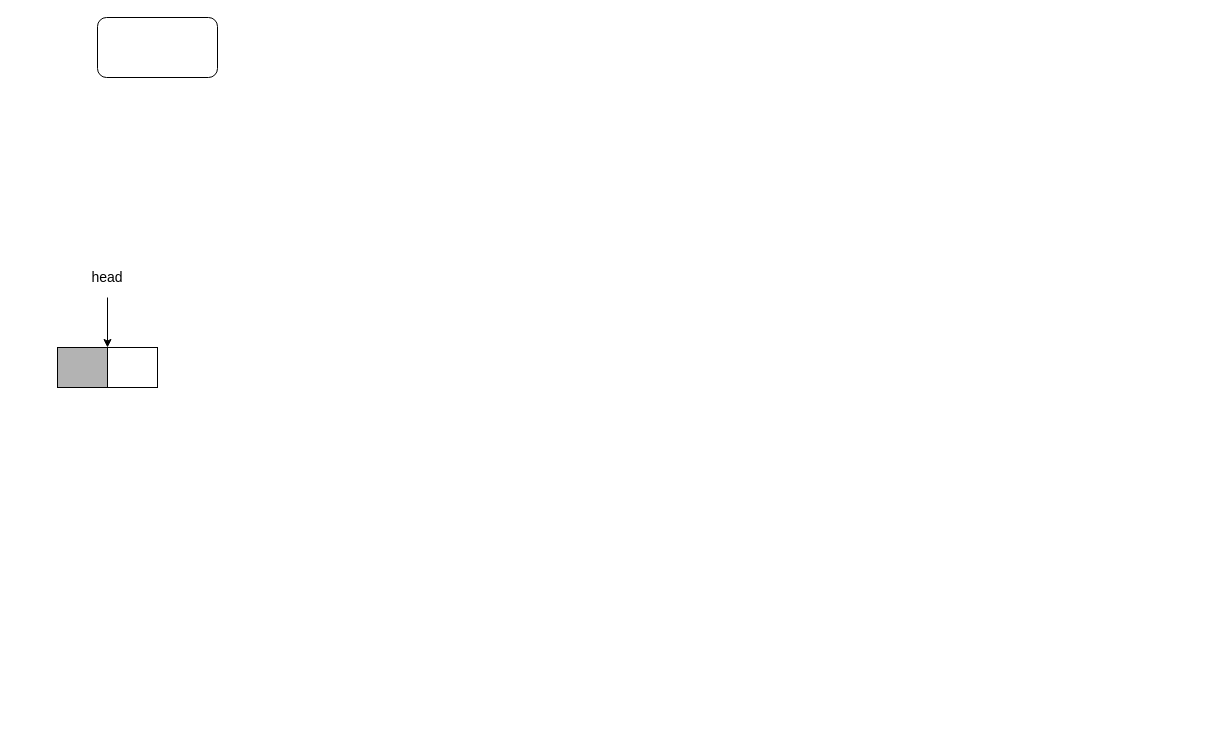
This is shm_queue_lf.drawio from walkerdu/draw_io, a draw.io file, before an edit. Source tidied: cells renumbered, new cells numbered last; positions are measured from the earlier drawing's top-left corner, leaving out a move shared by most shapes. Both pictures are drawn from the tidied source at 100%, with x=0, y=0 at pixel (57, 17).
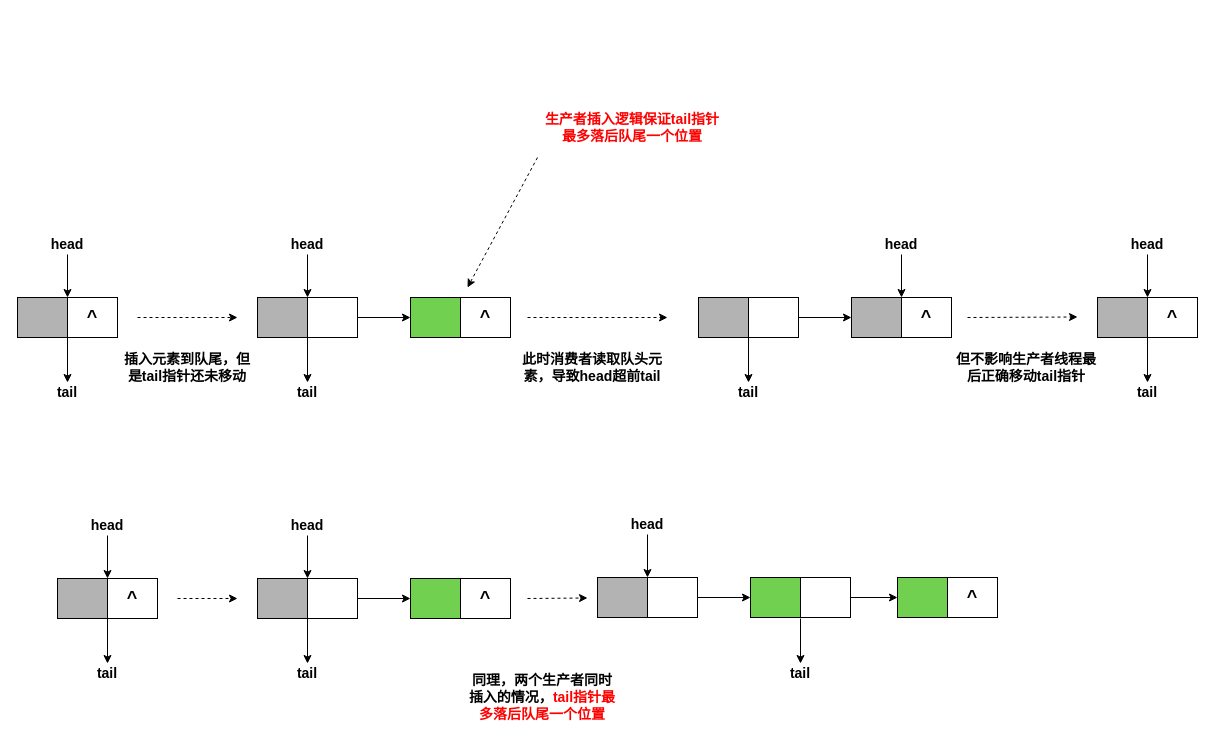
Above is the later version.

The change refers to these unchanged cells:
```xml
<mxCell id="4" style="rounded=0;whiteSpace=wrap;html=1;fillColor=#B3B3B3;" parent="3" vertex="1">
  <mxGeometry width="50" height="40" as="geometry" />
</mxCell>
```

Diff of the diagram source:
```diff
@@
-    <mxCell id="2" style="rounded=1;whiteSpace=wrap;html=1;" parent="1" vertex="1">
-      <mxGeometry x="40" width="120" height="60" as="geometry" />
-    </mxCell>
     <mxCell id="3" style="group;" parent="1" vertex="1">
-      <mxGeometry y="330" width="100" height="40" as="geometry" />
+      <mxGeometry x="-40" y="280" width="100" height="40" as="geometry" />
     </mxCell>
@@
-    <mxCell id="5" style="rounded=0;whiteSpace=wrap;html=1;" parent="3" vertex="1">
+    <mxCell id="5" value="&lt;b&gt;&lt;font style=&quot;font-size: 18px&quot;&gt;^&lt;/font&gt;&lt;/b&gt;" style="rounded=0;whiteSpace=wrap;html=1;" parent="3" vertex="1">
       <mxGeometry x="50" width="50" height="40" as="geometry" />
     </mxCell>
-    <mxCell id="6" style="endArrow=classic;html=1;entryX=0;entryY=0;entryDx=0;entryDy=0;" parent="1" edge="1" target="5">
-      <mxGeometry relative="1" as="geometry">
-        <mxPoint x="50" y="280" as="sourcePoint" />
-      </mxGeometry>
+    <mxCell id="6" style="endArrow=classic;html=1;entryX=0;entryY=0;entryDx=0;entryDy=0;" parent="1" edge="1" source="7" target="5">
+      <mxGeometry relative="1" as="geometry" />
     </mxCell>
-    <mxCell id="7" value="&lt;font style=&quot;font-size: 14px&quot;&gt;head&lt;/font&gt;" style="text;html=1;strokeColor=none;fillColor=none;align=center;verticalAlign=middle;whiteSpace=wrap;rounded=0;" parent="1" vertex="1">
-      <mxGeometry x="30" y="250" width="40" height="20" as="geometry" />
+    <mxCell id="7" value="&lt;font style=&quot;font-size: 14px&quot;&gt;&lt;b&gt;head&lt;/b&gt;&lt;/font&gt;" style="text;html=1;strokeColor=none;fillColor=none;align=center;verticalAlign=middle;whiteSpace=wrap;rounded=0;" parent="1" vertex="1">
+      <mxGeometry x="-10" y="217" width="40" height="20" as="geometry" />
     </mxCell>
+    <mxCell id="8" value="&lt;font style=&quot;font-size: 14px&quot;&gt;&lt;b&gt;tail&lt;/b&gt;&lt;/font&gt;" style="text;html=1;strokeColor=none;fillColor=none;align=center;verticalAlign=middle;whiteSpace=wrap;rounded=0;" parent="1" vertex="1">
+      <mxGeometry x="-10" y="365" width="40" height="20" as="geometry" />
+    </mxCell>
+    <mxCell id="9" style="endArrow=classic;html=1;exitX=1;exitY=1;exitDx=0;exitDy=0;entryX=0.5;entryY=0;entryDx=0;entryDy=0;" parent="1" edge="1" source="4" target="8">
+      <mxGeometry relative="1" as="geometry" />
+    </mxCell>
+    <mxCell id="10" style="group;" parent="1" vertex="1">
+      <mxGeometry x="200" y="280" width="100" height="40" as="geometry" />
+    </mxCell>
+    <mxCell id="11" style="rounded=0;whiteSpace=wrap;html=1;fillColor=#B3B3B3;" parent="10" vertex="1">
+      <mxGeometry width="50" height="40" as="geometry" />
+    </mxCell>
+    <mxCell id="12" style="rounded=0;whiteSpace=wrap;html=1;" parent="10" vertex="1">
+      <mxGeometry x="50" width="50" height="40" as="geometry" />
+    </mxCell>
+    <mxCell id="13" style="endArrow=classic;html=1;entryX=0;entryY=0;entryDx=0;entryDy=0;" parent="1" edge="1" source="14" target="12">
+      <mxGeometry relative="1" as="geometry" />
+    </mxCell>
+    <mxCell id="14" value="&lt;font style=&quot;font-size: 14px&quot;&gt;&lt;b&gt;head&lt;/b&gt;&lt;/font&gt;" style="text;html=1;strokeColor=none;fillColor=none;align=center;verticalAlign=middle;whiteSpace=wrap;rounded=0;" parent="1" vertex="1">
+      <mxGeometry x="230" y="217" width="40" height="20" as="geometry" />
+    </mxCell>
+    <mxCell id="15" value="&lt;font style=&quot;font-size: 14px&quot;&gt;&lt;b&gt;tail&lt;/b&gt;&lt;/font&gt;" style="text;html=1;strokeColor=none;fillColor=none;align=center;verticalAlign=middle;whiteSpace=wrap;rounded=0;" parent="1" vertex="1">
+      <mxGeometry x="230" y="365" width="40" height="20" as="geometry" />
+    </mxCell>
+    <mxCell id="16" style="endArrow=classic;html=1;exitX=1;exitY=1;exitDx=0;exitDy=0;entryX=0.5;entryY=0;entryDx=0;entryDy=0;" parent="1" edge="1" source="11" target="15">
+      <mxGeometry relative="1" as="geometry" />
+    </mxCell>
+    <mxCell id="17" style="endArrow=classic;html=1;entryX=0;entryY=0.5;entryDx=0;entryDy=0;" parent="1" edge="1" source="12" target="19">
+      <mxGeometry relative="1" as="geometry" />
+    </mxCell>
+    <mxCell id="18" style="group;" parent="1" vertex="1">
+      <mxGeometry x="353" y="280" width="100" height="40" as="geometry" />
+    </mxCell>
+    <mxCell id="19" style="rounded=0;whiteSpace=wrap;html=1;fillColor=#71D04F;" parent="18" vertex="1">
+      <mxGeometry width="50" height="40" as="geometry" />
+    </mxCell>
+    <mxCell id="20" value="&lt;b&gt;&lt;font style=&quot;font-size: 18px&quot;&gt;^&lt;/font&gt;&lt;/b&gt;" style="rounded=0;whiteSpace=wrap;html=1;" parent="18" vertex="1">
+      <mxGeometry x="50" width="50" height="40" as="geometry" />
+    </mxCell>
+    <mxCell id="21" style="group;" parent="1" vertex="1">
+      <mxGeometry x="641" y="280" width="100" height="40" as="geometry" />
+    </mxCell>
+    <mxCell id="22" style="rounded=0;whiteSpace=wrap;html=1;fillColor=#B3B3B3;" parent="21" vertex="1">
+      <mxGeometry width="50" height="40" as="geometry" />
+    </mxCell>
+    <mxCell id="23" style="rounded=0;whiteSpace=wrap;html=1;" parent="21" vertex="1">
+      <mxGeometry x="50" width="50" height="40" as="geometry" />
+    </mxCell>
+    <mxCell id="24" style="endArrow=classic;html=1;entryX=1;entryY=0;entryDx=0;entryDy=0;" parent="1" edge="1" source="25" target="30">
+      <mxGeometry relative="1" as="geometry" />
+    </mxCell>
+    <mxCell id="25" value="&lt;font style=&quot;font-size: 14px&quot;&gt;&lt;b&gt;head&lt;/b&gt;&lt;/font&gt;" style="text;html=1;strokeColor=none;fillColor=none;align=center;verticalAlign=middle;whiteSpace=wrap;rounded=0;" parent="1" vertex="1">
+      <mxGeometry x="824" y="217" width="40" height="20" as="geometry" />
+    </mxCell>
+    <mxCell id="26" value="&lt;font style=&quot;font-size: 14px&quot;&gt;&lt;b&gt;tail&lt;/b&gt;&lt;/font&gt;" style="text;html=1;strokeColor=none;fillColor=none;align=center;verticalAlign=middle;whiteSpace=wrap;rounded=0;" parent="1" vertex="1">
+      <mxGeometry x="671" y="365" width="40" height="20" as="geometry" />
+    </mxCell>
+    <mxCell id="27" style="endArrow=classic;html=1;exitX=1;exitY=1;exitDx=0;exitDy=0;entryX=0.5;entryY=0;entryDx=0;entryDy=0;" parent="1" edge="1" source="22" target="26">
+      <mxGeometry relative="1" as="geometry" />
+    </mxCell>
+    <mxCell id="28" style="endArrow=classic;html=1;entryX=0;entryY=0.5;entryDx=0;entryDy=0;" parent="1" edge="1" source="23" target="30">
+      <mxGeometry relative="1" as="geometry" />
+    </mxCell>
+    <mxCell id="29" style="group;" parent="1" vertex="1">
+      <mxGeometry x="794" y="280" width="100" height="40" as="geometry" />
+    </mxCell>
+    <mxCell id="30" style="rounded=0;whiteSpace=wrap;html=1;fillColor=#B3B3B3;" parent="29" vertex="1">
+      <mxGeometry width="50" height="40" as="geometry" />
+    </mxCell>
+    <mxCell id="31" value="&lt;b&gt;&lt;font style=&quot;font-size: 18px&quot;&gt;^&lt;/font&gt;&lt;/b&gt;" style="rounded=0;whiteSpace=wrap;html=1;" parent="29" vertex="1">
+      <mxGeometry x="50" width="50" height="40" as="geometry" />
+    </mxCell>
+    <mxCell id="32" style="group;" parent="1" vertex="1">
+      <mxGeometry x="1040" y="280" width="100" height="40" as="geometry" />
+    </mxCell>
+    <mxCell id="33" style="rounded=0;whiteSpace=wrap;html=1;fillColor=#B3B3B3;" parent="32" vertex="1">
+      <mxGeometry width="50" height="40" as="geometry" />
+    </mxCell>
+    <mxCell id="34" value="&lt;b&gt;&lt;font style=&quot;font-size: 18px&quot;&gt;^&lt;/font&gt;&lt;/b&gt;" style="rounded=0;whiteSpace=wrap;html=1;" parent="32" vertex="1">
+      <mxGeometry x="50" width="50" height="40" as="geometry" />
+    </mxCell>
+    <mxCell id="35" style="endArrow=classic;html=1;entryX=0;entryY=0;entryDx=0;entryDy=0;" parent="1" edge="1" source="36" target="34">
+      <mxGeometry relative="1" as="geometry" />
+    </mxCell>
+    <mxCell id="36" value="&lt;font style=&quot;font-size: 14px&quot;&gt;&lt;b&gt;head&lt;/b&gt;&lt;/font&gt;" style="text;html=1;strokeColor=none;fillColor=none;align=center;verticalAlign=middle;whiteSpace=wrap;rounded=0;" parent="1" vertex="1">
+      <mxGeometry x="1070" y="217" width="40" height="20" as="geometry" />
+    </mxCell>
+    <mxCell id="37" value="&lt;font style=&quot;font-size: 14px&quot;&gt;&lt;b&gt;tail&lt;/b&gt;&lt;/font&gt;" style="text;html=1;strokeColor=none;fillColor=none;align=center;verticalAlign=middle;whiteSpace=wrap;rounded=0;" parent="1" vertex="1">
+      <mxGeometry x="1070" y="365" width="40" height="20" as="geometry" />
+    </mxCell>
+    <mxCell id="38" style="endArrow=classic;html=1;exitX=1;exitY=1;exitDx=0;exitDy=0;entryX=0.5;entryY=0;entryDx=0;entryDy=0;" parent="1" edge="1" source="33" target="37">
+      <mxGeometry relative="1" as="geometry" />
+    </mxCell>
+    <mxCell id="39" style="endArrow=classic;html=1;dashed=1;" parent="1" edge="1">
+      <mxGeometry relative="1" as="geometry">
+        <mxPoint x="80" y="300" as="sourcePoint" />
+        <mxPoint x="180" y="300" as="targetPoint" />
+      </mxGeometry>
+    </mxCell>
+    <mxCell id="40" style="endArrow=classic;html=1;dashed=1;" parent="1" edge="1">
+      <mxGeometry relative="1" as="geometry">
+        <mxPoint x="470" y="300" as="sourcePoint" />
+        <mxPoint x="610" y="300" as="targetPoint" />
+      </mxGeometry>
+    </mxCell>
+    <mxCell id="41" style="endArrow=classic;html=1;dashed=1;" parent="1" edge="1">
+      <mxGeometry relative="1" as="geometry">
+        <mxPoint x="910" y="300" as="sourcePoint" />
+        <mxPoint x="1020" y="299.5" as="targetPoint" />
+      </mxGeometry>
+    </mxCell>
+    <mxCell id="42" style="group;" parent="1" vertex="1">
+      <mxGeometry y="561" width="100" height="40" as="geometry" />
+    </mxCell>
+    <mxCell id="43" style="rounded=0;whiteSpace=wrap;html=1;fillColor=#B3B3B3;" parent="42" vertex="1">
+      <mxGeometry width="50" height="40" as="geometry" />
+    </mxCell>
+    <mxCell id="44" value="&lt;b&gt;&lt;font style=&quot;font-size: 18px&quot;&gt;^&lt;/font&gt;&lt;/b&gt;" style="rounded=0;whiteSpace=wrap;html=1;" parent="42" vertex="1">
+      <mxGeometry x="50" width="50" height="40" as="geometry" />
+    </mxCell>
+    <mxCell id="45" style="endArrow=classic;html=1;entryX=0;entryY=0;entryDx=0;entryDy=0;" parent="1" edge="1" source="46" target="44">
+      <mxGeometry relative="1" as="geometry" />
+    </mxCell>
+    <mxCell id="46" value="&lt;font style=&quot;font-size: 14px&quot;&gt;&lt;b&gt;head&lt;/b&gt;&lt;/font&gt;" style="text;html=1;strokeColor=none;fillColor=none;align=center;verticalAlign=middle;whiteSpace=wrap;rounded=0;" parent="1" vertex="1">
+      <mxGeometry x="30" y="498" width="40" height="20" as="geometry" />
+    </mxCell>
+    <mxCell id="47" value="&lt;font style=&quot;font-size: 14px&quot;&gt;&lt;b&gt;tail&lt;/b&gt;&lt;/font&gt;" style="text;html=1;strokeColor=none;fillColor=none;align=center;verticalAlign=middle;whiteSpace=wrap;rounded=0;" parent="1" vertex="1">
+      <mxGeometry x="30" y="646" width="40" height="20" as="geometry" />
+    </mxCell>
+    <mxCell id="48" style="endArrow=classic;html=1;exitX=1;exitY=1;exitDx=0;exitDy=0;entryX=0.5;entryY=0;entryDx=0;entryDy=0;" parent="1" edge="1" source="43" target="47">
+      <mxGeometry relative="1" as="geometry" />
+    </mxCell>
+    <mxCell id="49" style="group;" parent="1" vertex="1">
+      <mxGeometry x="200" y="561" width="100" height="40" as="geometry" />
+    </mxCell>
+    <mxCell id="50" style="rounded=0;whiteSpace=wrap;html=1;fillColor=#B3B3B3;" parent="49" vertex="1">
+      <mxGeometry width="50" height="40" as="geometry" />
+    </mxCell>
+    <mxCell id="51" style="rounded=0;whiteSpace=wrap;html=1;" parent="49" vertex="1">
+      <mxGeometry x="50" width="50" height="40" as="geometry" />
+    </mxCell>
+    <mxCell id="52" style="endArrow=classic;html=1;entryX=0;entryY=0;entryDx=0;entryDy=0;" parent="1" edge="1" source="53" target="51">
+      <mxGeometry relative="1" as="geometry" />
+    </mxCell>
+    <mxCell id="53" value="&lt;font style=&quot;font-size: 14px&quot;&gt;&lt;b&gt;head&lt;/b&gt;&lt;/font&gt;" style="text;html=1;strokeColor=none;fillColor=none;align=center;verticalAlign=middle;whiteSpace=wrap;rounded=0;" parent="1" vertex="1">
+      <mxGeometry x="230" y="498" width="40" height="20" as="geometry" />
+    </mxCell>
+    <mxCell id="54" value="&lt;font style=&quot;font-size: 14px&quot;&gt;&lt;b&gt;tail&lt;/b&gt;&lt;/font&gt;" style="text;html=1;strokeColor=none;fillColor=none;align=center;verticalAlign=middle;whiteSpace=wrap;rounded=0;" parent="1" vertex="1">
+      <mxGeometry x="230" y="646" width="40" height="20" as="geometry" />
+    </mxCell>
+    <mxCell id="55" style="endArrow=classic;html=1;exitX=1;exitY=1;exitDx=0;exitDy=0;entryX=0.5;entryY=0;entryDx=0;entryDy=0;" parent="1" edge="1" source="50" target="54">
+      <mxGeometry relative="1" as="geometry" />
+    </mxCell>
+    <mxCell id="56" style="endArrow=classic;html=1;entryX=0;entryY=0.5;entryDx=0;entryDy=0;" parent="1" edge="1" source="51" target="58">
+      <mxGeometry relative="1" as="geometry" />
+    </mxCell>
+    <mxCell id="57" style="group;" parent="1" vertex="1">
+      <mxGeometry x="353" y="561" width="100" height="40" as="geometry" />
+    </mxCell>
+    <mxCell id="58" style="rounded=0;whiteSpace=wrap;html=1;fillColor=#71D04F;" parent="57" vertex="1">
+      <mxGeometry width="50" height="40" as="geometry" />
+    </mxCell>
+    <mxCell id="59" value="&lt;b&gt;&lt;font style=&quot;font-size: 18px&quot;&gt;^&lt;/font&gt;&lt;/b&gt;" style="rounded=0;whiteSpace=wrap;html=1;" parent="57" vertex="1">
+      <mxGeometry x="50" width="50" height="40" as="geometry" />
+    </mxCell>
+    <mxCell id="60" style="endArrow=classic;html=1;dashed=1;" parent="1" edge="1">
+      <mxGeometry relative="1" as="geometry">
+        <mxPoint x="120" y="581" as="sourcePoint" />
+        <mxPoint x="180" y="581" as="targetPoint" />
+      </mxGeometry>
+    </mxCell>
+    <mxCell id="61" style="endArrow=classic;html=1;dashed=1;" parent="1" edge="1">
+      <mxGeometry relative="1" as="geometry">
+        <mxPoint x="470" y="581" as="sourcePoint" />
+        <mxPoint x="530" y="580.5" as="targetPoint" />
+      </mxGeometry>
+    </mxCell>
+    <mxCell id="62" style="group;" parent="1" vertex="1">
+      <mxGeometry x="540" y="560" width="100" height="40" as="geometry" />
+    </mxCell>
+    <mxCell id="63" style="rounded=0;whiteSpace=wrap;html=1;fillColor=#B3B3B3;" parent="62" vertex="1">
+      <mxGeometry width="50" height="40" as="geometry" />
+    </mxCell>
+    <mxCell id="64" style="rounded=0;whiteSpace=wrap;html=1;" parent="62" vertex="1">
+      <mxGeometry x="50" width="50" height="40" as="geometry" />
+    </mxCell>
+    <mxCell id="65" style="endArrow=classic;html=1;entryX=0;entryY=0;entryDx=0;entryDy=0;" parent="1" edge="1" source="66" target="64">
+      <mxGeometry relative="1" as="geometry" />
+    </mxCell>
+    <mxCell id="66" value="&lt;font style=&quot;font-size: 14px&quot;&gt;&lt;b&gt;head&lt;/b&gt;&lt;/font&gt;" style="text;html=1;strokeColor=none;fillColor=none;align=center;verticalAlign=middle;whiteSpace=wrap;rounded=0;" parent="1" vertex="1">
+      <mxGeometry x="570" y="497" width="40" height="20" as="geometry" />
+    </mxCell>
+    <mxCell id="67" value="&lt;font style=&quot;font-size: 14px&quot;&gt;&lt;b&gt;tail&lt;/b&gt;&lt;/font&gt;" style="text;html=1;strokeColor=none;fillColor=none;align=center;verticalAlign=middle;whiteSpace=wrap;rounded=0;" parent="1" vertex="1">
+      <mxGeometry x="723" y="646" width="40" height="20" as="geometry" />
+    </mxCell>
+    <mxCell id="68" style="endArrow=classic;html=1;exitX=1;exitY=1;exitDx=0;exitDy=0;entryX=0.5;entryY=0;entryDx=0;entryDy=0;" parent="1" edge="1" target="67">
+      <mxGeometry relative="1" as="geometry">
+        <mxPoint x="743" y="601" as="sourcePoint" />
+      </mxGeometry>
+    </mxCell>
+    <mxCell id="69" style="endArrow=classic;html=1;entryX=0;entryY=0.5;entryDx=0;entryDy=0;" parent="1" edge="1" source="64" target="71">
+      <mxGeometry relative="1" as="geometry" />
+    </mxCell>
+    <mxCell id="70" style="group;" parent="1" vertex="1">
+      <mxGeometry x="693" y="560" width="100" height="40" as="geometry" />
+    </mxCell>
+    <mxCell id="71" style="rounded=0;whiteSpace=wrap;html=1;fillColor=#71D04F;" parent="70" vertex="1">
+      <mxGeometry width="50" height="40" as="geometry" />
+    </mxCell>
+    <mxCell id="72" style="rounded=0;whiteSpace=wrap;html=1;" parent="70" vertex="1">
+      <mxGeometry x="50" width="50" height="40" as="geometry" />
+    </mxCell>
+    <mxCell id="73" style="group;" parent="1" vertex="1">
+      <mxGeometry x="840" y="560" width="100" height="40" as="geometry" />
+    </mxCell>
+    <mxCell id="74" style="rounded=0;whiteSpace=wrap;html=1;fillColor=#71D04F;" parent="73" vertex="1">
+      <mxGeometry width="50" height="40" as="geometry" />
+    </mxCell>
+    <mxCell id="75" value="&lt;b&gt;&lt;font style=&quot;font-size: 18px&quot;&gt;^&lt;/font&gt;&lt;/b&gt;" style="rounded=0;whiteSpace=wrap;html=1;" parent="73" vertex="1">
+      <mxGeometry x="50" width="50" height="40" as="geometry" />
+    </mxCell>
+    <mxCell id="76" style="endArrow=classic;html=1;entryX=0;entryY=0.5;entryDx=0;entryDy=0;exitX=1;exitY=0.5;exitDx=0;exitDy=0;" parent="1" edge="1" source="72" target="74">
+      <mxGeometry relative="1" as="geometry" />
+    </mxCell>
+    <mxCell id="77" value="&lt;font style=&quot;font-size: 14px&quot;&gt;&lt;b&gt;插入元素到队尾，但是tail指针还未移动&lt;/b&gt;&lt;/font&gt;" style="text;html=1;strokeColor=none;fillColor=none;align=center;verticalAlign=middle;whiteSpace=wrap;rounded=0;" parent="1" vertex="1">
+      <mxGeometry x="60" y="340" width="140" height="20" as="geometry" />
+    </mxCell>
+    <mxCell id="78" value="&lt;font style=&quot;font-size: 14px&quot;&gt;&lt;b&gt;此时消费者读取队头元素，导致head超前tail&lt;/b&gt;&lt;/font&gt;" style="text;html=1;strokeColor=none;fillColor=none;align=center;verticalAlign=middle;whiteSpace=wrap;rounded=0;" parent="1" vertex="1">
+      <mxGeometry x="460" y="340" width="150" height="20" as="geometry" />
+    </mxCell>
+    <mxCell id="79" value="&lt;font style=&quot;font-size: 14px&quot;&gt;&lt;b&gt;但不影响生产者线程最后正确移动tail指针&lt;/b&gt;&lt;/font&gt;" style="text;html=1;strokeColor=none;fillColor=none;align=center;verticalAlign=middle;whiteSpace=wrap;rounded=0;" parent="1" vertex="1">
+      <mxGeometry x="894" y="340" width="150" height="20" as="geometry" />
+    </mxCell>
+    <mxCell id="80" style="endArrow=classic;html=1;dashed=1;" parent="1" edge="1">
+      <mxGeometry relative="1" as="geometry">
+        <mxPoint x="480" y="140" as="sourcePoint" />
+        <mxPoint x="410" y="270" as="targetPoint" />
+      </mxGeometry>
+    </mxCell>
+    <mxCell id="81" value="&lt;font style=&quot;font-size: 14px&quot; color=&quot;#ff0000&quot;&gt;&lt;b&gt;生产者插入逻辑保证tail指针最多落后队尾一个位置&lt;/b&gt;&lt;/font&gt;" style="text;html=1;strokeColor=none;fillColor=none;align=center;verticalAlign=middle;whiteSpace=wrap;rounded=0;" parent="1" vertex="1">
+      <mxGeometry x="480" y="100" width="190" height="20" as="geometry" />
+    </mxCell>
+    <mxCell id="82" value="&lt;span style=&quot;font-size: 14px&quot;&gt;&lt;b&gt;同理，两个生产者同时插入的情况，&lt;/b&gt;&lt;/span&gt;&lt;b style=&quot;color: rgb(255 , 0 , 0) ; font-size: 14px&quot;&gt;tail指针最多落后队尾一个位置&lt;/b&gt;" style="text;html=1;strokeColor=none;fillColor=none;align=center;verticalAlign=middle;whiteSpace=wrap;rounded=0;" parent="1" vertex="1">
+      <mxGeometry x="410" y="670" width="150" height="20" as="geometry" />
+    </mxCell>
```
